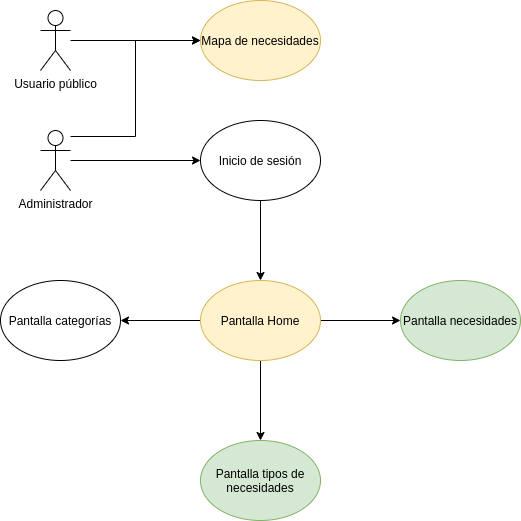
Before: assets/CasoDeUsoEntrega3.png, a diagram exported from draw.io (TTIP-UNQ-Team10/Mapping-Platform-Documentation). Source tidied: cells renumbered, new cells last; positions are measured from the earlier drawing's top-left corner, leaving out a move shared by most shapes.
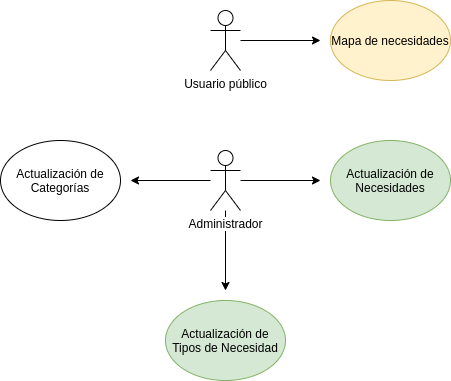
After the commit.

Diff of the diagram source:
```diff
@@ -2,52 +2,43 @@
   <root>
     <mxCell id="0" />
     <mxCell id="1" parent="0" />
-    <mxCell id="2" style="edgeStyle=orthogonalEdgeStyle;rounded=0;jettySize=auto;html=1;entryX=0;entryY=0.5;entryDx=0;entryDy=0;" parent="1" edge="1" source="4" target="6">
-      <mxGeometry relative="1" as="geometry" />
-    </mxCell>
-    <mxCell id="3" style="edgeStyle=orthogonalEdgeStyle;rounded=0;jettySize=auto;html=1;entryX=0;entryY=0.5;entryDx=0;entryDy=0;" parent="1" edge="1" target="15">
-      <mxGeometry relative="1" as="geometry">
-        <mxPoint x="70" y="136" as="sourcePoint" />
-      </mxGeometry>
-    </mxCell>
+    <mxCell id="17" style="edgeStyle=orthogonalEdgeStyle;rounded=0;jettySize=auto;html=1;" parent="1" edge="1" source="4">
+      <mxGeometry relative="1" as="geometry">
+        <mxPoint x="360" y="180" as="targetPoint" />
+      </mxGeometry>
+    </mxCell>
+    <mxCell id="18" style="edgeStyle=orthogonalEdgeStyle;rounded=0;jettySize=auto;html=1;" parent="1" edge="1" source="4">
+      <mxGeometry relative="1" as="geometry">
+        <mxPoint x="170" y="180" as="targetPoint" />
+      </mxGeometry>
+    </mxCell>
+    <mxCell id="19" style="edgeStyle=orthogonalEdgeStyle;rounded=0;jettySize=auto;html=1;" parent="1" edge="1" source="4">
+      <mxGeometry relative="1" as="geometry">
+        <mxPoint x="265" y="290" as="targetPoint" />
+      </mxGeometry>
+    </mxCell>
     <mxCell id="4" value="Administrador" style="shape=umlActor;verticalLabelPosition=bottom;labelBackgroundColor=#ffffff;verticalAlign=top;html=1;outlineConnect=0;" parent="1" vertex="1">
-      <mxGeometry x="40" y="130" width="30" height="60" as="geometry" />
+      <mxGeometry x="250" y="150" width="30" height="60" as="geometry" />
     </mxCell>
-    <mxCell id="5" style="edgeStyle=orthogonalEdgeStyle;rounded=0;jettySize=auto;html=1;" parent="1" edge="1" source="6" target="10">
-      <mxGeometry relative="1" as="geometry" />
-    </mxCell>
-    <mxCell id="6" value="Inicio de sesión" style="ellipse;whiteSpace=wrap;html=1;" parent="1" vertex="1">
-      <mxGeometry x="200" y="120" width="120" height="80" as="geometry" />
-    </mxCell>
-    <mxCell id="7" style="edgeStyle=orthogonalEdgeStyle;rounded=0;jettySize=auto;html=1;" parent="1" edge="1" source="10" target="11">
-      <mxGeometry relative="1" as="geometry" />
-    </mxCell>
-    <mxCell id="8" style="edgeStyle=orthogonalEdgeStyle;rounded=0;jettySize=auto;html=1;" parent="1" edge="1" source="10" target="12">
-      <mxGeometry relative="1" as="geometry" />
-    </mxCell>
-    <mxCell id="9" style="edgeStyle=orthogonalEdgeStyle;rounded=0;jettySize=auto;html=1;exitX=0.5;exitY=1;exitDx=0;exitDy=0;entryX=0.5;entryY=0;entryDx=0;entryDy=0;" parent="1" edge="1" source="10" target="16">
-      <mxGeometry relative="1" as="geometry" />
-    </mxCell>
-    <mxCell id="10" value="Pantalla Home" style="ellipse;whiteSpace=wrap;html=1;fillColor=#fff2cc;strokeColor=#d6b656;" parent="1" vertex="1">
-      <mxGeometry x="200" y="280" width="120" height="80" as="geometry" />
-    </mxCell>
-    <mxCell id="11" value="Pantalla categorías" style="ellipse;whiteSpace=wrap;html=1;" parent="1" vertex="1">
-      <mxGeometry y="280" width="120" height="80" as="geometry" />
+    <mxCell id="11" value="Actualización de Categorías" style="ellipse;whiteSpace=wrap;html=1;" parent="1" vertex="1">
+      <mxGeometry x="40" y="140" width="120" height="80" as="geometry" />
     </mxCell>
-    <mxCell id="12" value="Pantalla necesidades" style="ellipse;whiteSpace=wrap;html=1;fillColor=#d5e8d4;strokeColor=#82b366;" parent="1" vertex="1">
-      <mxGeometry x="400" y="280" width="120" height="80" as="geometry" />
+    <mxCell id="12" value="Actualización de Necesidades" style="ellipse;whiteSpace=wrap;html=1;fillColor=#d5e8d4;strokeColor=#82b366;" parent="1" vertex="1">
+      <mxGeometry x="370" y="140" width="120" height="80" as="geometry" />
     </mxCell>
-    <mxCell id="13" style="edgeStyle=orthogonalEdgeStyle;rounded=0;jettySize=auto;html=1;entryX=0;entryY=0.5;entryDx=0;entryDy=0;" parent="1" edge="1" source="14" target="15">
-      <mxGeometry relative="1" as="geometry" />
-    </mxCell>
+    <mxCell id="20" style="edgeStyle=orthogonalEdgeStyle;rounded=0;jettySize=auto;html=1;" parent="1" edge="1" source="14">
+      <mxGeometry relative="1" as="geometry">
+        <mxPoint x="360" y="40" as="targetPoint" />
+      </mxGeometry>
+    </mxCell>
     <mxCell id="14" value="Usuario público" style="shape=umlActor;verticalLabelPosition=bottom;labelBackgroundColor=#ffffff;verticalAlign=top;html=1;outlineConnect=0;" parent="1" vertex="1">
-      <mxGeometry x="40" y="10" width="30" height="60" as="geometry" />
+      <mxGeometry x="250" y="10" width="30" height="60" as="geometry" />
     </mxCell>
     <mxCell id="15" value="Mapa de necesidades" style="ellipse;whiteSpace=wrap;html=1;fillColor=#fff2cc;strokeColor=#d6b656;" parent="1" vertex="1">
-      <mxGeometry x="200" width="120" height="80" as="geometry" />
+      <mxGeometry x="370" width="120" height="80" as="geometry" />
     </mxCell>
-    <mxCell id="16" value="Pantalla tipos de necesidades" style="ellipse;whiteSpace=wrap;html=1;fillColor=#d5e8d4;strokeColor=#82b366;" parent="1" vertex="1">
-      <mxGeometry x="200" y="440" width="120" height="80" as="geometry" />
+    <mxCell id="16" value="Actualización de Tipos de Necesidad" style="ellipse;whiteSpace=wrap;html=1;fillColor=#d5e8d4;strokeColor=#82b366;" parent="1" vertex="1">
+      <mxGeometry x="205" y="300" width="120" height="80" as="geometry" />
     </mxCell>
   </root>
 </mxGraphModel>
```
